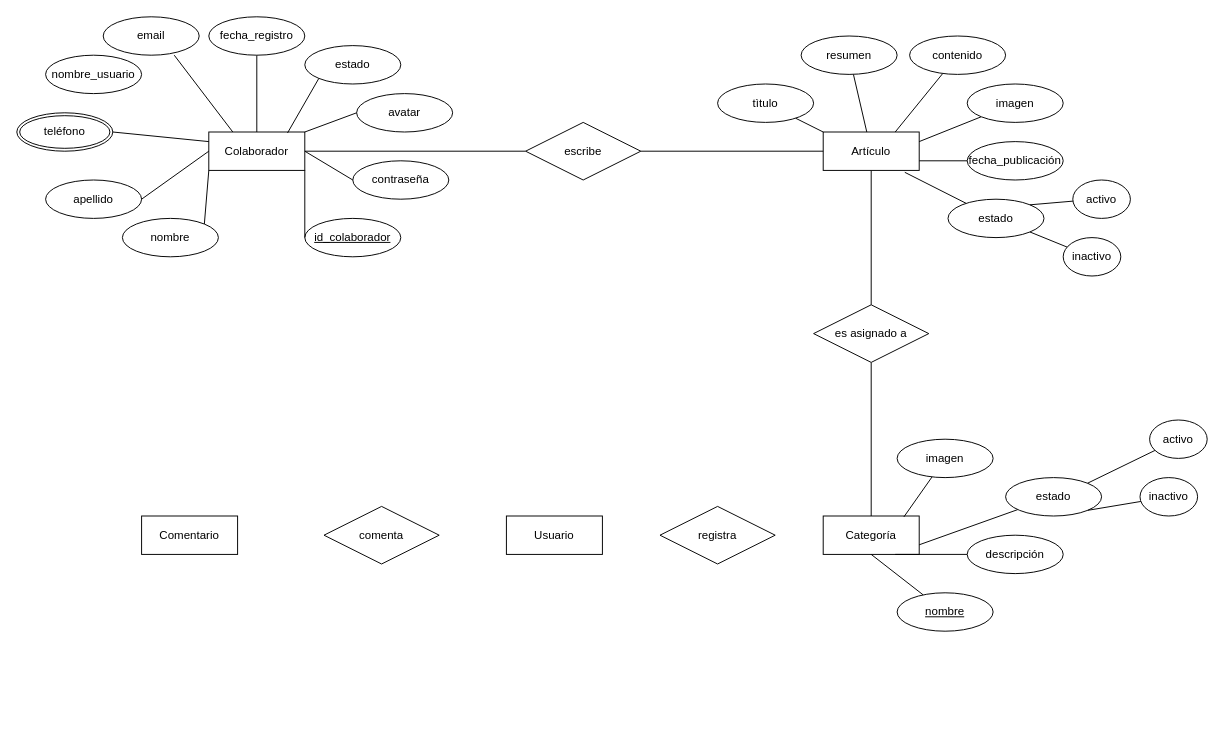
Earlier version of the draw.io diagram page "Página-2" (2 of 2) of Semana5/Desafio5.drawio (PatriNet77/2023-info-com-8). Source tidied: cells renumbered, new cells numbered last; positions are measured from the earlier drawing's top-left corner, leaving out a move shared by most shapes. Both pictures are drawn from the tidied source at 96%, with x=0, y=0 at pixel (16, 16).
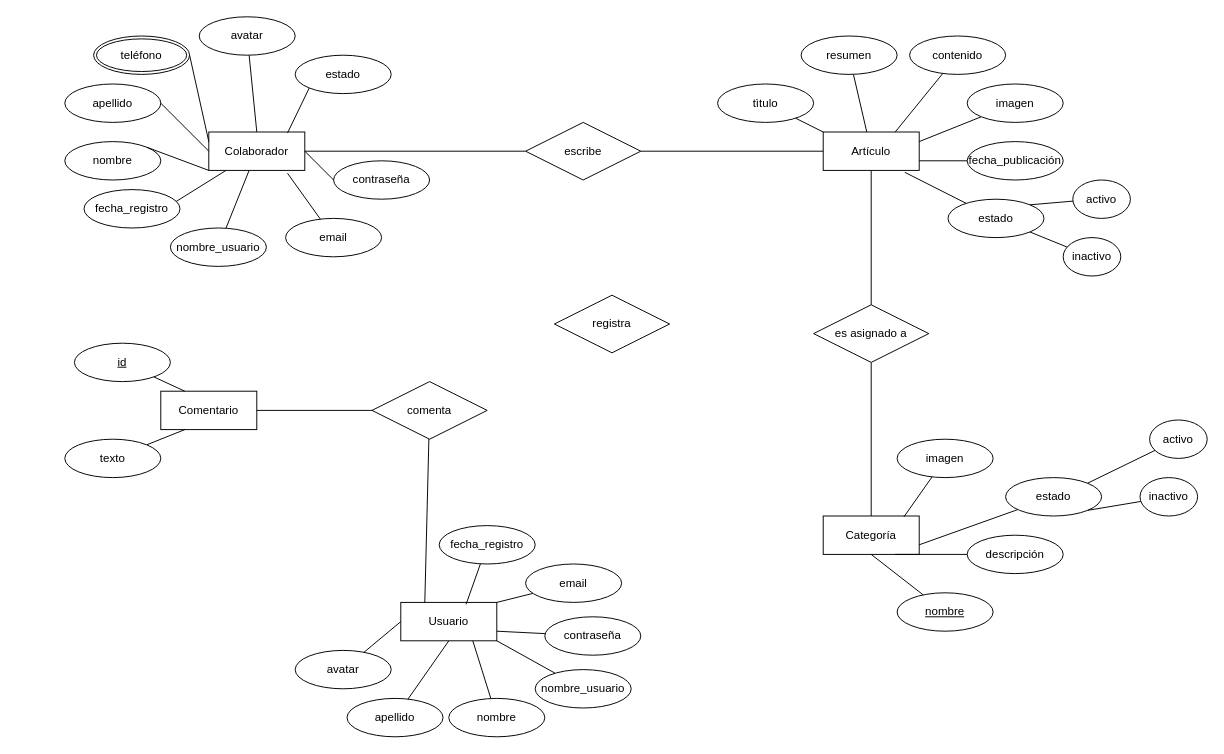
The same page after the edit.

Unchanged cells that the change refers to:
```xml
<mxCell id="3" value="Colaborador" style="whiteSpace=wrap;html=1;align=center;" parent="1" vertex="1">
  <mxGeometry x="200" y="120" width="100" height="40" as="geometry" />
</mxCell>
```

The edit, as a diff of the source:
```diff
@@
+    <mxCell id="62" style="edgeStyle=none;shape=connector;rounded=0;jettySize=auto;html=1;labelBackgroundColor=default;strokeColor=default;fontFamily=Helvetica;fontSize=11;fontColor=default;endArrow=none;endFill=0;" parent="1" edge="1" source="3" target="15">
+      <mxGeometry relative="1" as="geometry" />
+    </mxCell>
+    <mxCell id="63" style="edgeStyle=none;shape=connector;rounded=0;jettySize=auto;html=1;entryX=0.95;entryY=0.325;entryDx=0;entryDy=0;entryPerimeter=0;labelBackgroundColor=default;strokeColor=default;fontFamily=Helvetica;fontSize=11;fontColor=default;endArrow=none;endFill=0;" parent="1" edge="1" source="3" target="21">
+      <mxGeometry relative="1" as="geometry" />
+    </mxCell>
@@
     <mxCell id="7" value="Usuario" style="whiteSpace=wrap;html=1;align=center;" parent="1" vertex="1">
-      <mxGeometry x="510" y="520" width="100" height="40" as="geometry" />
+      <mxGeometry x="400" y="610" width="100" height="40" as="geometry" />
     </mxCell>
     <mxCell id="8" value="Comentario" style="whiteSpace=wrap;html=1;align=center;" parent="1" vertex="1">
-      <mxGeometry x="130" y="520" width="100" height="40" as="geometry" />
+      <mxGeometry x="150" y="390" width="100" height="40" as="geometry" />
     </mxCell>
@@
     <mxCell id="13" value="registra" style="shape=rhombus;perimeter=rhombusPerimeter;whiteSpace=wrap;html=1;align=center;" parent="1" vertex="1">
-      <mxGeometry x="670" y="510" width="120" height="60" as="geometry" />
+      <mxGeometry x="560" y="290" width="120" height="60" as="geometry" />
     </mxCell>
+    <mxCell id="64" style="edgeStyle=none;shape=connector;rounded=0;jettySize=auto;html=1;labelBackgroundColor=default;strokeColor=default;fontFamily=Helvetica;fontSize=11;fontColor=default;endArrow=none;endFill=0;" parent="1" edge="1" source="14" target="8">
+      <mxGeometry relative="1" as="geometry" />
+    </mxCell>
+    <mxCell id="65" style="edgeStyle=none;shape=connector;rounded=0;jettySize=auto;html=1;labelBackgroundColor=default;strokeColor=default;fontFamily=Helvetica;fontSize=11;fontColor=default;endArrow=none;endFill=0;entryX=0.25;entryY=0;entryDx=0;entryDy=0;" parent="1" edge="1" source="14" target="7">
+      <mxGeometry relative="1" as="geometry" />
+    </mxCell>
     <mxCell id="14" value="comenta" style="shape=rhombus;perimeter=rhombusPerimeter;whiteSpace=wrap;html=1;align=center;" parent="1" vertex="1">
-      <mxGeometry x="320" y="510" width="120" height="60" as="geometry" />
+      <mxGeometry x="370" y="380" width="120" height="60" as="geometry" />
     </mxCell>
     <mxCell id="15" value="nombre_usuario" style="ellipse;whiteSpace=wrap;html=1;align=center;" parent="1" vertex="1">
-      <mxGeometry x="30" y="40" width="100" height="40" as="geometry" />
+      <mxGeometry x="160" y="220" width="100" height="40" as="geometry" />
     </mxCell>
     <mxCell id="16" value="email" style="ellipse;whiteSpace=wrap;html=1;align=center;" parent="1" vertex="1">
-      <mxGeometry x="90" width="100" height="40" as="geometry" />
+      <mxGeometry x="280" y="210" width="100" height="40" as="geometry" />
     </mxCell>
     <mxCell id="17" value="contraseña" style="ellipse;whiteSpace=wrap;html=1;align=center;" parent="1" vertex="1">
-      <mxGeometry x="350" y="150" width="100" height="40" as="geometry" />
+      <mxGeometry x="330" y="150" width="100" height="40" as="geometry" />
     </mxCell>
     <mxCell id="18" value="apellido" style="ellipse;whiteSpace=wrap;html=1;align=center;" parent="1" vertex="1">
-      <mxGeometry x="30" y="170" width="100" height="40" as="geometry" />
+      <mxGeometry x="50" y="70" width="100" height="40" as="geometry" />
     </mxCell>
-    <mxCell id="19" value="id_colaborador" style="ellipse;whiteSpace=wrap;html=1;align=center;fontStyle=4;" parent="1" vertex="1">
-      <mxGeometry x="300" y="210" width="100" height="40" as="geometry" />
-    </mxCell>
-    <mxCell id="20" style="rounded=0;jettySize=auto;html=1;endArrow=none;endFill=0;" parent="1" edge="1" source="21" target="3">
-      <mxGeometry relative="1" as="geometry" />
-    </mxCell>
     <mxCell id="21" value="fecha_registro" style="ellipse;whiteSpace=wrap;html=1;align=center;" parent="1" vertex="1">
-      <mxGeometry x="200" width="100" height="40" as="geometry" />
+      <mxGeometry x="70" y="180" width="100" height="40" as="geometry" />
     </mxCell>
     <mxCell id="22" value="estado" style="ellipse;whiteSpace=wrap;html=1;align=center;" parent="1" vertex="1">
-      <mxGeometry x="300" y="30" width="100" height="40" as="geometry" />
+      <mxGeometry x="290" y="40" width="100" height="40" as="geometry" />
     </mxCell>
     <mxCell id="23" value="nombre" style="ellipse;whiteSpace=wrap;html=1;align=center;" parent="1" vertex="1">
-      <mxGeometry x="110" y="210" width="100" height="40" as="geometry" />
+      <mxGeometry x="50" y="130" width="100" height="40" as="geometry" />
     </mxCell>
+    <mxCell id="31" style="rounded=0;jettySize=auto;html=1;entryX=0.5;entryY=0;entryDx=0;entryDy=0;endArrow=none;endFill=0;" parent="1" edge="1" source="24" target="3">
+      <mxGeometry relative="1" as="geometry" />
+    </mxCell>
     <mxCell id="24" value="avatar" style="ellipse;whiteSpace=wrap;html=1;align=center;" parent="1" vertex="1">
-      <mxGeometry x="354" y="80" width="100" height="40" as="geometry" />
+      <mxGeometry x="190" width="100" height="40" as="geometry" />
     </mxCell>
@@
     <mxCell id="28" value="teléfono" style="ellipse;shape=doubleEllipse;margin=3;whiteSpace=wrap;html=1;align=center;" parent="1" vertex="1">
-      <mxGeometry y="100" width="100" height="40" as="geometry" />
+      <mxGeometry x="80" y="20" width="100" height="40" as="geometry" />
     </mxCell>
-    <mxCell id="29" style="endArrow=none;html=1;rounded=0;exitX=0.74;exitY=1;exitDx=0;exitDy=0;exitPerimeter=0;entryX=0.25;entryY=0;entryDx=0;entryDy=0;" parent="1" edge="1" source="16" target="3">
+    <mxCell id="29" style="endArrow=none;html=1;rounded=0;entryX=0.82;entryY=1.075;entryDx=0;entryDy=0;entryPerimeter=0;" parent="1" edge="1" source="16" target="3">
       <mxGeometry relative="1" as="geometry" />
     </mxCell>
@@
-    <mxCell id="31" style="endArrow=none;html=1;rounded=0;entryX=1;entryY=0;entryDx=0;entryDy=0;exitX=0;exitY=0.5;exitDx=0;exitDy=0;" parent="1" edge="1" source="24" target="3">
-      <mxGeometry relative="1" as="geometry" />
-    </mxCell>
@@
-    <mxCell id="33" style="endArrow=none;html=1;rounded=0;entryX=1;entryY=1;entryDx=0;entryDy=0;exitX=0;exitY=0.5;exitDx=0;exitDy=0;" parent="1" edge="1" source="19" target="3">
-      <mxGeometry relative="1" as="geometry" />
-    </mxCell>
@@
+    <mxCell id="66" style="edgeStyle=none;shape=connector;rounded=0;jettySize=auto;html=1;entryX=1;entryY=0;entryDx=0;entryDy=0;labelBackgroundColor=default;strokeColor=default;fontFamily=Helvetica;fontSize=11;fontColor=default;endArrow=none;endFill=0;" parent="1" edge="1" source="67" target="7">
+      <mxGeometry relative="1" as="geometry" />
+    </mxCell>
+    <mxCell id="67" value="email" style="ellipse;whiteSpace=wrap;html=1;align=center;" parent="1" vertex="1">
+      <mxGeometry x="530" y="570" width="100" height="40" as="geometry" />
+    </mxCell>
+    <mxCell id="68" style="edgeStyle=none;shape=connector;rounded=0;jettySize=auto;html=1;entryX=1;entryY=1;entryDx=0;entryDy=0;labelBackgroundColor=default;strokeColor=default;fontFamily=Helvetica;fontSize=11;fontColor=default;endArrow=none;endFill=0;" parent="1" edge="1" source="69" target="7">
+      <mxGeometry relative="1" as="geometry" />
+    </mxCell>
+    <mxCell id="69" value="nombre_usuario" style="ellipse;whiteSpace=wrap;html=1;align=center;" parent="1" vertex="1">
+      <mxGeometry x="540" y="680" width="100" height="40" as="geometry" />
+    </mxCell>
+    <mxCell id="70" style="edgeStyle=none;shape=connector;rounded=0;jettySize=auto;html=1;entryX=0.5;entryY=1;entryDx=0;entryDy=0;labelBackgroundColor=default;strokeColor=default;fontFamily=Helvetica;fontSize=11;fontColor=default;endArrow=none;endFill=0;" parent="1" edge="1" source="71" target="7">
+      <mxGeometry relative="1" as="geometry" />
+    </mxCell>
+    <mxCell id="71" value="apellido" style="ellipse;whiteSpace=wrap;html=1;align=center;" parent="1" vertex="1">
+      <mxGeometry x="344" y="710" width="100" height="40" as="geometry" />
+    </mxCell>
+    <mxCell id="72" style="edgeStyle=none;shape=connector;rounded=0;jettySize=auto;html=1;entryX=0.75;entryY=1;entryDx=0;entryDy=0;labelBackgroundColor=default;strokeColor=default;fontFamily=Helvetica;fontSize=11;fontColor=default;endArrow=none;endFill=0;" parent="1" edge="1" source="73" target="7">
+      <mxGeometry relative="1" as="geometry" />
+    </mxCell>
+    <mxCell id="73" value="nombre" style="ellipse;whiteSpace=wrap;html=1;align=center;" parent="1" vertex="1">
+      <mxGeometry x="450" y="710" width="100" height="40" as="geometry" />
+    </mxCell>
+    <mxCell id="74" style="edgeStyle=none;shape=connector;rounded=0;jettySize=auto;html=1;entryX=0.68;entryY=0.05;entryDx=0;entryDy=0;entryPerimeter=0;labelBackgroundColor=default;strokeColor=default;fontFamily=Helvetica;fontSize=11;fontColor=default;endArrow=none;endFill=0;" parent="1" edge="1" source="75" target="7">
+      <mxGeometry relative="1" as="geometry" />
+    </mxCell>
+    <mxCell id="75" value="fecha_registro" style="ellipse;whiteSpace=wrap;html=1;align=center;" parent="1" vertex="1">
+      <mxGeometry x="440" y="530" width="100" height="40" as="geometry" />
+    </mxCell>
+    <mxCell id="76" style="edgeStyle=none;shape=connector;rounded=0;jettySize=auto;html=1;entryX=0;entryY=0.5;entryDx=0;entryDy=0;labelBackgroundColor=default;strokeColor=default;fontFamily=Helvetica;fontSize=11;fontColor=default;endArrow=none;endFill=0;" parent="1" edge="1" source="77" target="7">
+      <mxGeometry relative="1" as="geometry" />
+    </mxCell>
+    <mxCell id="77" value="avatar" style="ellipse;whiteSpace=wrap;html=1;align=center;" parent="1" vertex="1">
+      <mxGeometry x="290" y="660" width="100" height="40" as="geometry" />
+    </mxCell>
+    <mxCell id="78" style="edgeStyle=none;shape=connector;rounded=0;jettySize=auto;html=1;entryX=1;entryY=0.75;entryDx=0;entryDy=0;labelBackgroundColor=default;strokeColor=default;fontFamily=Helvetica;fontSize=11;fontColor=default;endArrow=none;endFill=0;" parent="1" edge="1" source="79" target="7">
+      <mxGeometry relative="1" as="geometry" />
+    </mxCell>
+    <mxCell id="79" value="contraseña" style="ellipse;whiteSpace=wrap;html=1;align=center;" parent="1" vertex="1">
+      <mxGeometry x="550" y="625" width="100" height="40" as="geometry" />
+    </mxCell>
+    <mxCell id="80" style="rounded=0;jettySize=auto;html=1;entryX=0.25;entryY=1;entryDx=0;entryDy=0;endArrow=none;endFill=0;" parent="1" edge="1" source="81" target="8">
+      <mxGeometry relative="1" as="geometry" />
+    </mxCell>
+    <mxCell id="81" value="texto" style="ellipse;whiteSpace=wrap;html=1;align=center;" parent="1" vertex="1">
+      <mxGeometry x="50" y="440" width="100" height="40" as="geometry" />
+    </mxCell>
+    <mxCell id="82" style="rounded=0;jettySize=auto;html=1;entryX=0.25;entryY=0;entryDx=0;entryDy=0;endArrow=none;endFill=0;" parent="1" edge="1" source="83" target="8">
+      <mxGeometry relative="1" as="geometry" />
+    </mxCell>
+    <mxCell id="83" value="id" style="ellipse;whiteSpace=wrap;html=1;align=center;fontStyle=4;" parent="1" vertex="1">
+      <mxGeometry x="60" y="340" width="100" height="40" as="geometry" />
+    </mxCell>
+    <mxCell id="84" style="edgeStyle=none;shape=connector;rounded=0;orthogonalLoop=1;jettySize=auto;html=1;exitX=0.5;exitY=1;exitDx=0;exitDy=0;labelBackgroundColor=default;strokeColor=default;fontFamily=Helvetica;fontSize=11;fontColor=default;endArrow=none;endFill=0;" parent="1" edge="1" source="21" target="21">
+      <mxGeometry relative="1" as="geometry" />
+    </mxCell>
```
